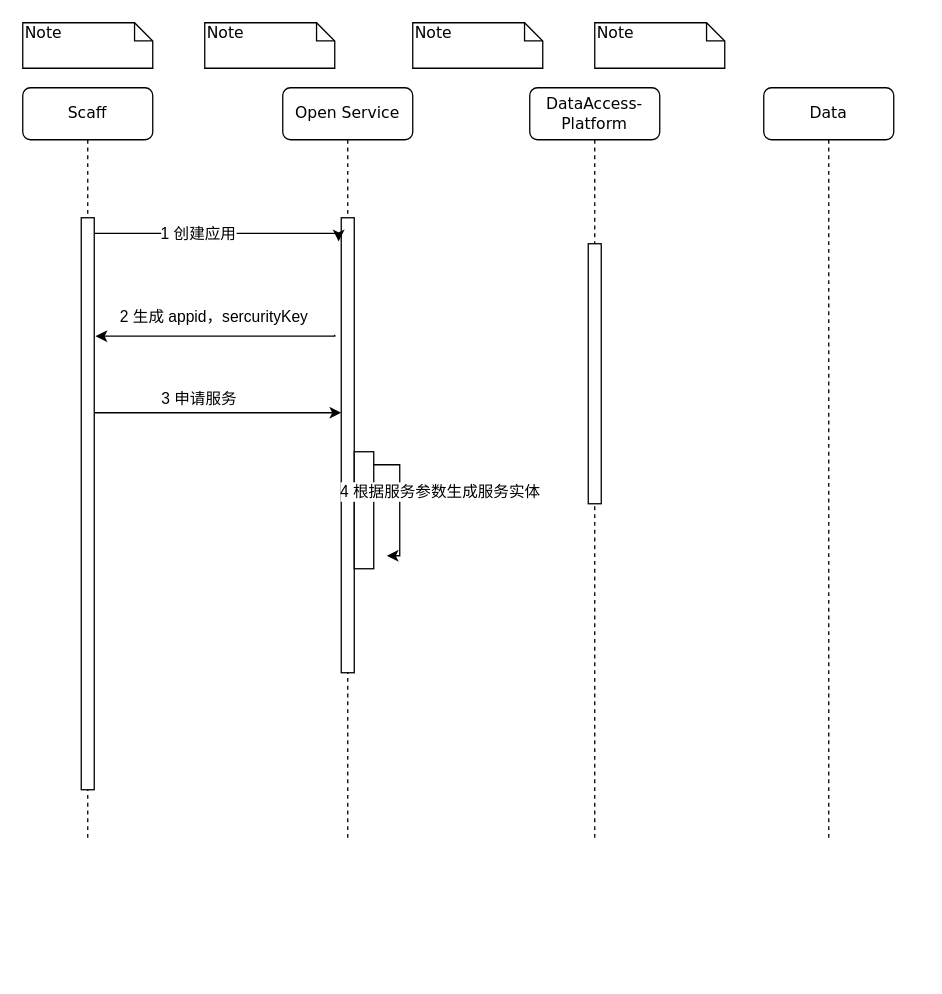
This is 数据开放平台.drawio from junjun888/flow-chat, a draw.io file, before an edit. Source tidied: cells renumbered, new cells numbered last; positions are measured from the earlier drawing's top-left corner, leaving out a move shared by most shapes. Both pictures are drawn from the tidied source at 130%, with x=0, y=0 at pixel (22, 22).
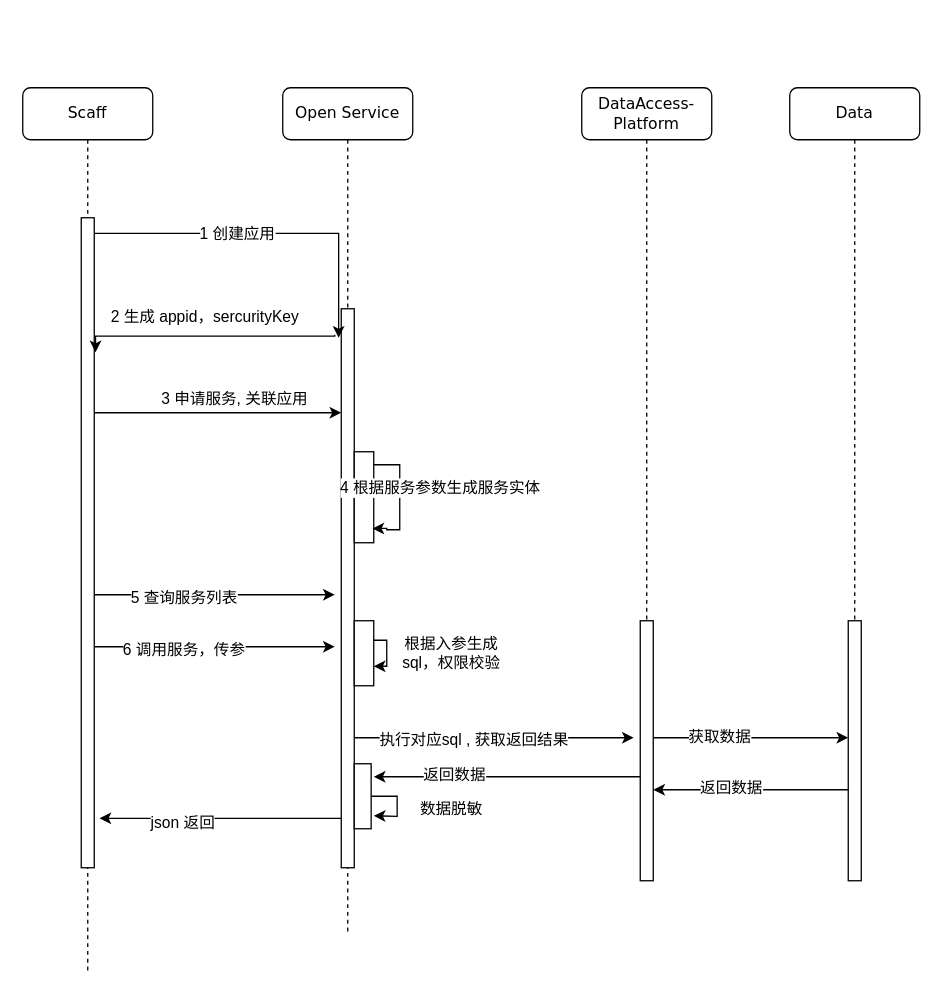
Above is the later version.

Commit message:
更新数据开放平台.drawio

The edit, as a diff of the source:
```diff
@@
     <mxCell id="2" value="Open Service" style="shape=umlLifeline;perimeter=lifelinePerimeter;whiteSpace=wrap;html=1;rounded=1;shadow=0;comic=0;labelBackgroundColor=none;strokeWidth=1;fontFamily=Verdana;fontSize=12;align=center;" parent="1" vertex="1">
-      <mxGeometry x="200" y="50" width="100" height="580" as="geometry" />
+      <mxGeometry x="200" y="50" width="100" height="650" as="geometry" />
     </mxCell>
     <mxCell id="3" style="html=1;points=[];perimeter=orthogonalPerimeter;rounded=0;shadow=0;comic=0;labelBackgroundColor=none;strokeWidth=1;fontFamily=Verdana;fontSize=12;align=center;" parent="2" vertex="1">
-      <mxGeometry x="45" y="100" width="10" height="350" as="geometry" />
+      <mxGeometry x="45" y="170" width="10" height="430" as="geometry" />
     </mxCell>
     <mxCell id="4" style="html=1;points=[];perimeter=orthogonalPerimeter;rounded=0;shadow=0;comic=0;labelBackgroundColor=none;strokeWidth=1;fontFamily=Verdana;fontSize=12;align=center;" parent="2" vertex="1">
-      <mxGeometry x="55" y="280" width="15" height="90" as="geometry" />
+      <mxGeometry x="55" y="280" width="15" height="70" as="geometry" />
     </mxCell>
+    <mxCell id="20" style="edgeStyle=orthogonalEdgeStyle;rounded=0;orthogonalLoop=1;jettySize=auto;html=1;entryX=0.933;entryY=0.843;entryDx=0;entryDy=0;entryPerimeter=0;" parent="2" edge="1" source="4" target="4">
+      <mxGeometry relative="1" as="geometry">
+        <Array as="points">
+          <mxPoint x="90" y="290" />
+          <mxPoint x="90" y="340" />
+          <mxPoint x="80" y="340" />
+          <mxPoint x="80" y="339" />
+        </Array>
+      </mxGeometry>
+    </mxCell>
+    <mxCell id="21" value="4&amp;nbsp;根据服务参数生成服务实体" style="text;html=1;align=center;verticalAlign=middle;labelBackgroundColor=#ffffff;" parent="20" vertex="1">
+      <mxGeometry x="-0.26" y="-2" relative="1" as="geometry">
+        <mxPoint x="32" y="3" as="offset" />
+      </mxGeometry>
+    </mxCell>
+    <mxCell id="22" value="根据入参生成sql，权限校验" style="text;html=1;strokeColor=none;fillColor=none;align=center;verticalAlign=middle;whiteSpace=wrap;rounded=0;" parent="2" vertex="1">
+      <mxGeometry x="80" y="425" width="100" height="20" as="geometry" />
+    </mxCell>
+    <mxCell id="23" value="数据脱敏" style="text;html=1;strokeColor=none;fillColor=none;align=center;verticalAlign=middle;whiteSpace=wrap;rounded=0;" parent="2" vertex="1">
+      <mxGeometry x="100" y="545" width="60" height="20" as="geometry" />
+    </mxCell>
     <mxCell id="5" value="DataAccess-Platform" style="shape=umlLifeline;perimeter=lifelinePerimeter;whiteSpace=wrap;html=1;rounded=1;shadow=0;comic=0;labelBackgroundColor=none;strokeWidth=1;fontFamily=Verdana;fontSize=12;align=center;" parent="1" vertex="1">
-      <mxGeometry x="390" y="50" width="100" height="580" as="geometry" />
+      <mxGeometry x="430" y="50" width="100" height="580" as="geometry" />
     </mxCell>
     <mxCell id="6" style="html=1;points=[];perimeter=orthogonalPerimeter;rounded=0;shadow=0;comic=0;labelBackgroundColor=none;strokeWidth=1;fontFamily=Verdana;fontSize=12;align=center;" parent="5" vertex="1">
-      <mxGeometry x="45" y="120" width="10" height="200" as="geometry" />
+      <mxGeometry x="45" y="410" width="10" height="200" as="geometry" />
     </mxCell>
     <mxCell id="7" value="Data" style="shape=umlLifeline;perimeter=lifelinePerimeter;whiteSpace=wrap;html=1;rounded=1;shadow=0;comic=0;labelBackgroundColor=none;strokeWidth=1;fontFamily=Verdana;fontSize=12;align=center;" parent="1" vertex="1">
-      <mxGeometry x="570" y="50" width="100" height="580" as="geometry" />
+      <mxGeometry x="590" y="50" width="100" height="610" as="geometry" />
     </mxCell>
+    <mxCell id="24" style="html=1;points=[];perimeter=orthogonalPerimeter;rounded=0;shadow=0;comic=0;labelBackgroundColor=none;strokeWidth=1;fontFamily=Verdana;fontSize=12;align=center;" parent="7" vertex="1">
+      <mxGeometry x="45" y="410" width="10" height="200" as="geometry" />
+    </mxCell>
     <mxCell id="8" value="Scaff" style="shape=umlLifeline;perimeter=lifelinePerimeter;whiteSpace=wrap;html=1;rounded=1;shadow=0;comic=0;labelBackgroundColor=none;strokeWidth=1;fontFamily=Verdana;fontSize=12;align=center;" parent="1" vertex="1">
-      <mxGeometry y="50" width="100" height="580" as="geometry" />
+      <mxGeometry y="50" width="100" height="680" as="geometry" />
     </mxCell>
     <mxCell id="9" style="html=1;points=[];perimeter=orthogonalPerimeter;rounded=0;shadow=0;comic=0;labelBackgroundColor=none;strokeWidth=1;fontFamily=Verdana;fontSize=12;align=center;" parent="8" vertex="1">
-      <mxGeometry x="45" y="100" width="10" height="440" as="geometry" />
+      <mxGeometry x="45" y="100" width="10" height="500" as="geometry" />
     </mxCell>
-    <mxCell id="10" value="Note" style="shape=note;whiteSpace=wrap;html=1;size=14;verticalAlign=top;align=left;spacingTop=-6;rounded=0;shadow=0;comic=0;labelBackgroundColor=none;strokeWidth=1;fontFamily=Verdana;fontSize=12;" parent="1" vertex="1">
-      <mxGeometry width="100" height="35" as="geometry" />
-    </mxCell>
-    <mxCell id="11" value="Note" style="shape=note;whiteSpace=wrap;html=1;size=14;verticalAlign=top;align=left;spacingTop=-6;rounded=0;shadow=0;comic=0;labelBackgroundColor=none;strokeWidth=1;fontFamily=Verdana;fontSize=12;" parent="1" vertex="1">
-      <mxGeometry x="140" width="100" height="35" as="geometry" />
-    </mxCell>
-    <mxCell id="12" value="Note" style="shape=note;whiteSpace=wrap;html=1;size=14;verticalAlign=top;align=left;spacingTop=-6;rounded=0;shadow=0;comic=0;labelBackgroundColor=none;strokeWidth=1;fontFamily=Verdana;fontSize=12;" parent="1" vertex="1">
-      <mxGeometry x="300" width="100" height="35" as="geometry" />
-    </mxCell>
-    <mxCell id="13" value="Note" style="shape=note;whiteSpace=wrap;html=1;size=14;verticalAlign=top;align=left;spacingTop=-6;rounded=0;shadow=0;comic=0;labelBackgroundColor=none;strokeWidth=1;fontFamily=Verdana;fontSize=12;" parent="1" vertex="1">
-      <mxGeometry x="440" width="100" height="35" as="geometry" />
-    </mxCell>
@@
-    <mxCell id="19" value="3 申请服务" style="text;html=1;align=left;verticalAlign=top;spacingTop=-4;" parent="1" vertex="1">
-      <mxGeometry x="105" y="280" width="70" height="20" as="geometry" />
+    <mxCell id="19" value="3 申请服务,&amp;nbsp;关联应用" style="text;html=1;align=left;verticalAlign=top;spacingTop=-4;" parent="1" vertex="1">
+      <mxGeometry x="105" y="280" width="130" height="20" as="geometry" />
     </mxCell>
-    <mxCell id="20" style="edgeStyle=orthogonalEdgeStyle;rounded=0;jettySize=auto;html=1;" parent="1" edge="1" source="4">
-      <mxGeometry relative="1" as="geometry">
-        <mxPoint x="280" y="410" as="targetPoint" />
-        <Array as="points">
-          <mxPoint x="290" y="340" />
-          <mxPoint x="290" y="410" />
-        </Array>
-      </mxGeometry>
-    </mxCell>
-    <mxCell id="21" value="4&amp;nbsp;根据服务参数生成服务实体" style="text;html=1;align=center;verticalAlign=middle;labelBackgroundColor=#ffffff;" parent="20" vertex="1">
-      <mxGeometry x="-0.26" y="-2" relative="1" as="geometry">
-        <mxPoint x="32" y="3" as="offset" />
-      </mxGeometry>
-    </mxCell>
+    <mxCell id="25" style="edgeStyle=orthogonalEdgeStyle;rounded=0;jettySize=auto;html=1;" parent="1" edge="1" source="9">
+      <mxGeometry relative="1" as="geometry">
+        <mxPoint x="240" y="440" as="targetPoint" />
+        <Array as="points">
+          <mxPoint x="110" y="440" />
+          <mxPoint x="110" y="440" />
+        </Array>
+      </mxGeometry>
+    </mxCell>
+    <mxCell id="26" value="5&amp;nbsp;查询服务列表" style="text;html=1;align=center;verticalAlign=middle;labelBackgroundColor=#ffffff;" parent="25" vertex="1">
+      <mxGeometry x="-0.26" y="-2" relative="1" as="geometry" />
+    </mxCell>
+    <mxCell id="27" style="edgeStyle=orthogonalEdgeStyle;rounded=0;orthogonalLoop=1;jettySize=auto;html=1;" parent="1" edge="1">
+      <mxGeometry relative="1" as="geometry">
+        <mxPoint x="55" y="480" as="sourcePoint" />
+        <mxPoint x="240" y="480" as="targetPoint" />
+        <Array as="points">
+          <mxPoint x="180" y="480" />
+          <mxPoint x="180" y="480" />
+        </Array>
+      </mxGeometry>
+    </mxCell>
+    <mxCell id="28" value="6&amp;nbsp;调用服务，传参" style="text;html=1;align=center;verticalAlign=middle;labelBackgroundColor=#ffffff;" parent="27" vertex="1">
+      <mxGeometry x="-0.26" y="-2" relative="1" as="geometry" />
+    </mxCell>
+    <mxCell id="29" style="html=1;points=[];perimeter=orthogonalPerimeter;rounded=0;shadow=0;comic=0;labelBackgroundColor=none;strokeWidth=1;fontFamily=Verdana;fontSize=12;align=center;" parent="1" vertex="1">
+      <mxGeometry x="255" y="460" width="15" height="50" as="geometry" />
+    </mxCell>
+    <mxCell id="30" style="edgeStyle=orthogonalEdgeStyle;rounded=0;orthogonalLoop=1;jettySize=auto;html=1;" parent="1" edge="1" source="29" target="29">
+      <mxGeometry relative="1" as="geometry">
+        <Array as="points">
+          <mxPoint x="280" y="480" />
+        </Array>
+      </mxGeometry>
+    </mxCell>
+    <mxCell id="31" style="edgeStyle=orthogonalEdgeStyle;rounded=0;jettySize=auto;html=1;" parent="1" edge="1" source="3">
+      <mxGeometry relative="1" as="geometry">
+        <mxPoint x="470" y="550" as="targetPoint" />
+        <Array as="points">
+          <mxPoint x="470" y="550" />
+        </Array>
+      </mxGeometry>
+    </mxCell>
+    <mxCell id="32" value="执行对应sql ,&amp;nbsp;获取返回结果" style="text;html=1;align=center;verticalAlign=middle;labelBackgroundColor=#ffffff;" parent="31" vertex="1">
+      <mxGeometry x="-0.15" y="-1" relative="1" as="geometry" />
+    </mxCell>
+    <mxCell id="33" style="edgeStyle=orthogonalEdgeStyle;rounded=0;jettySize=auto;html=1;" parent="1" edge="1" source="6" target="24">
+      <mxGeometry relative="1" as="geometry">
+        <Array as="points">
+          <mxPoint x="570" y="550" />
+          <mxPoint x="570" y="550" />
+        </Array>
+      </mxGeometry>
+    </mxCell>
+    <mxCell id="34" value="获取数据" style="text;html=1;align=center;verticalAlign=middle;labelBackgroundColor=#ffffff;" parent="33" vertex="1">
+      <mxGeometry x="0.13" y="35" relative="1" as="geometry">
+        <mxPoint x="-35" y="34" as="offset" />
+      </mxGeometry>
+    </mxCell>
+    <mxCell id="35" style="edgeStyle=orthogonalEdgeStyle;rounded=0;jettySize=auto;html=1;" parent="1" edge="1" source="24" target="6">
+      <mxGeometry relative="1" as="geometry">
+        <Array as="points">
+          <mxPoint x="570" y="590" />
+          <mxPoint x="570" y="590" />
+        </Array>
+      </mxGeometry>
+    </mxCell>
+    <mxCell id="36" value="返回数据" style="text;html=1;align=center;verticalAlign=middle;labelBackgroundColor=#ffffff;" parent="35" vertex="1">
+      <mxGeometry x="0.21" y="-2" relative="1" as="geometry" />
+    </mxCell>
+    <mxCell id="37" style="edgeStyle=orthogonalEdgeStyle;rounded=0;jettySize=auto;html=1;" parent="1" edge="1" source="38">
+      <mxGeometry relative="1" as="geometry">
+        <mxPoint x="270" y="610" as="targetPoint" />
+      </mxGeometry>
+    </mxCell>
+    <mxCell id="38" style="html=1;points=[];perimeter=orthogonalPerimeter;rounded=0;shadow=0;comic=0;labelBackgroundColor=none;strokeWidth=1;fontFamily=Verdana;fontSize=12;align=center;" parent="1" vertex="1">
+      <mxGeometry x="255" y="570" width="13" height="50" as="geometry" />
+    </mxCell>
+    <mxCell id="39" style="edgeStyle=orthogonalEdgeStyle;rounded=0;jettySize=auto;html=1;" parent="1" edge="1" source="6">
+      <mxGeometry relative="1" as="geometry">
+        <mxPoint x="270" y="580" as="targetPoint" />
+        <Array as="points">
+          <mxPoint x="420" y="580" />
+          <mxPoint x="420" y="580" />
+        </Array>
+      </mxGeometry>
+    </mxCell>
+    <mxCell id="40" value="返回数据" style="text;html=1;align=center;verticalAlign=middle;labelBackgroundColor=#ffffff;" parent="39" vertex="1">
+      <mxGeometry x="0.4" y="-2" relative="1" as="geometry" />
+    </mxCell>
+    <mxCell id="41" style="edgeStyle=orthogonalEdgeStyle;rounded=0;jettySize=auto;html=1;entryX=1.4;entryY=0.924;entryDx=0;entryDy=0;entryPerimeter=0;" parent="1" edge="1" source="3" target="9">
+      <mxGeometry relative="1" as="geometry">
+        <Array as="points">
+          <mxPoint x="170" y="612" />
+          <mxPoint x="170" y="612" />
+        </Array>
+      </mxGeometry>
+    </mxCell>
+    <mxCell id="42" value="json&amp;nbsp;返回" style="text;html=1;align=center;verticalAlign=middle;labelBackgroundColor=#ffffff;" parent="41" vertex="1">
+      <mxGeometry x="0.32" y="3" relative="1" as="geometry" />
+    </mxCell>
```
